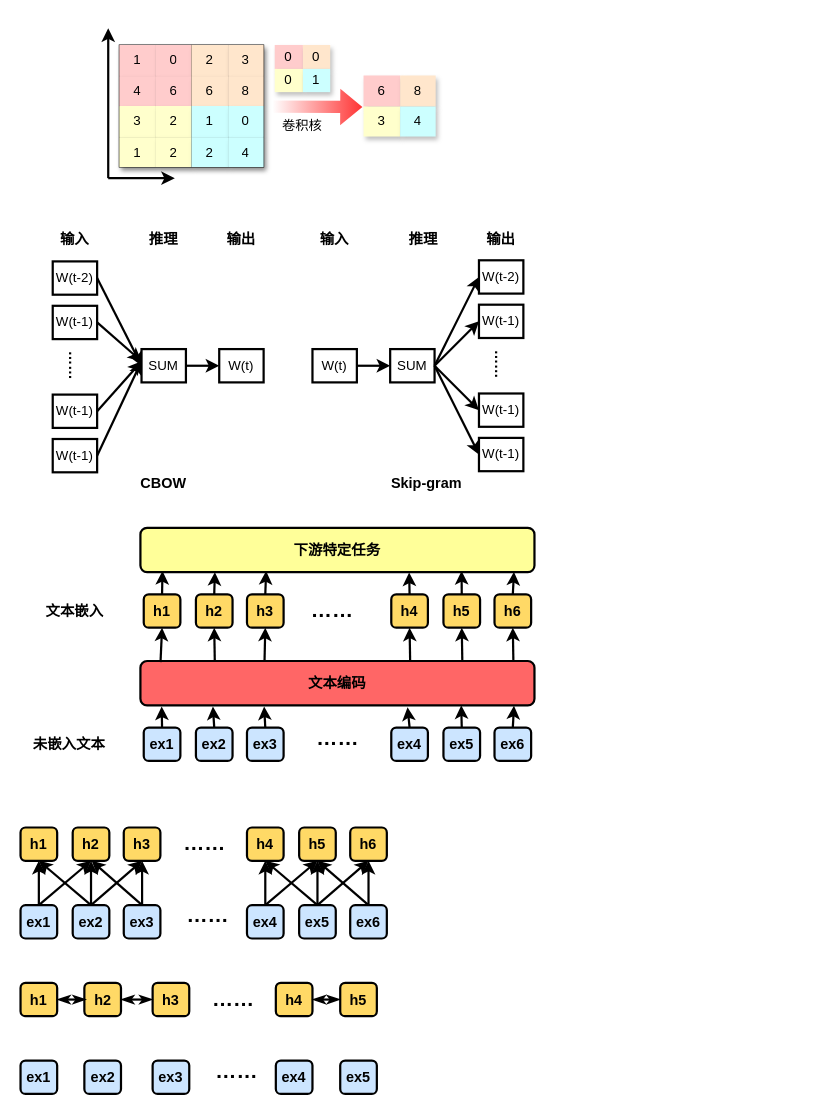
The draw.io diagram pooling.drawio in Noeverer/Mindmap, before the edit. Source tidied: cells renumbered, new cells numbered last; positions are measured from the earlier drawing's top-left corner, leaving out a move shared by most shapes. Both pictures are drawn from the tidied source at 111%, with x=0, y=0 at pixel (20, 28).
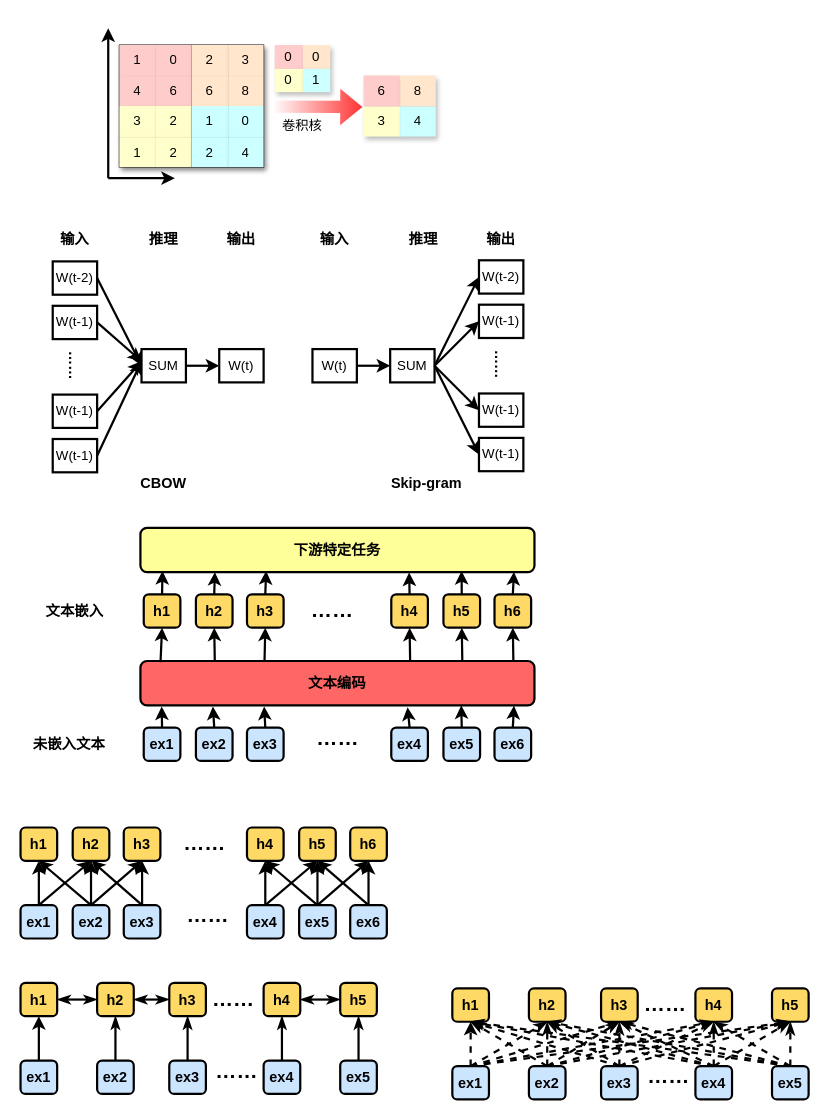
After the change.

The change refers to these unchanged cells:
```xml
<mxCell id="125" value="&lt;font style=&quot;font-size: 13px&quot;&gt;&lt;b&gt;h1&lt;/b&gt;&lt;/font&gt;" style="rounded=1;whiteSpace=wrap;html=1;shadow=0;strokeWidth=2;fillColor=#FFD966;" parent="1" vertex="1">
  <mxGeometry y="860" width="33" height="30" as="geometry" />
</mxCell>
<mxCell id="129" value="&lt;font style=&quot;font-size: 13px&quot;&gt;&lt;b&gt;h5&lt;/b&gt;&lt;/font&gt;" style="rounded=1;whiteSpace=wrap;html=1;shadow=0;strokeWidth=2;fillColor=#FFD966;" parent="1" vertex="1">
  <mxGeometry x="288" y="860" width="33" height="30" as="geometry" />
</mxCell>
<mxCell id="139" value="&lt;span style=&quot;font-size: 13px&quot;&gt;&lt;b&gt;ex1&lt;/b&gt;&lt;/span&gt;" style="rounded=1;whiteSpace=wrap;html=1;shadow=0;strokeWidth=2;fillColor=#CCE5FF;" parent="1" vertex="1">
  <mxGeometry y="930" width="33" height="30" as="geometry" />
</mxCell>
<mxCell id="143" value="&lt;font style=&quot;font-size: 13px&quot;&gt;&lt;b&gt;ex5&lt;/b&gt;&lt;/font&gt;" style="rounded=1;whiteSpace=wrap;html=1;shadow=0;strokeWidth=2;fillColor=#CCE5FF;" parent="1" vertex="1">
  <mxGeometry x="288" y="930" width="33" height="30" as="geometry" />
</mxCell>
```

What changed in the source:
```diff
@@
+    <mxCell id="147" style="edgeStyle=none;rounded=0;jettySize=auto;html=1;startArrow=classicThin;startFill=1;endArrow=classicThin;endFill=1;strokeColor=#000000;strokeWidth=2;fillColor=#ffffff;gradientColor=#FF3333;" parent="1" edge="1" source="126" target="125">
+      <mxGeometry relative="1" as="geometry" />
+    </mxCell>
     <mxCell id="126" value="&lt;font style=&quot;font-size: 13px&quot;&gt;&lt;b&gt;h2&lt;/b&gt;&lt;/font&gt;" style="rounded=1;whiteSpace=wrap;html=1;shadow=0;strokeWidth=2;fillColor=#FFD966;" parent="1" vertex="1">
-      <mxGeometry x="57.5" y="860" width="33" height="30" as="geometry" />
+      <mxGeometry x="69" y="860" width="33" height="30" as="geometry" />
     </mxCell>
     <mxCell id="127" value="&lt;font style=&quot;font-size: 13px&quot;&gt;&lt;b&gt;h3&lt;/b&gt;&lt;/font&gt;" style="rounded=1;whiteSpace=wrap;html=1;shadow=0;strokeWidth=2;fillColor=#FFD966;" parent="1" vertex="1">
-      <mxGeometry x="119" y="860" width="33" height="30" as="geometry" />
+      <mxGeometry x="134" y="860" width="33" height="30" as="geometry" />
     </mxCell>
     <mxCell id="128" value="&lt;font style=&quot;font-size: 13px&quot;&gt;&lt;b&gt;h4&lt;/b&gt;&lt;/font&gt;" style="rounded=1;whiteSpace=wrap;html=1;shadow=0;strokeWidth=2;fillColor=#FFD966;" parent="1" vertex="1">
-      <mxGeometry x="230" y="860" width="33" height="30" as="geometry" />
+      <mxGeometry x="219" y="860" width="33" height="30" as="geometry" />
     </mxCell>
@@
+    <mxCell id="148" style="edgeStyle=none;rounded=0;jettySize=auto;html=1;exitX=0.5;exitY=0;exitDx=0;exitDy=0;entryX=0.5;entryY=1;entryDx=0;entryDy=0;startArrow=none;startFill=0;endArrow=classicThin;endFill=1;strokeColor=#000000;strokeWidth=2;fillColor=#ffffff;gradientColor=#FF3333;" parent="1" edge="1" source="140" target="126">
+      <mxGeometry relative="1" as="geometry" />
+    </mxCell>
     <mxCell id="140" value="&lt;span style=&quot;font-size: 13px&quot;&gt;&lt;b&gt;ex2&lt;/b&gt;&lt;/span&gt;" style="rounded=1;whiteSpace=wrap;html=1;shadow=0;strokeWidth=2;fillColor=#CCE5FF;" parent="1" vertex="1">
-      <mxGeometry x="57.5" y="930" width="33" height="30" as="geometry" />
+      <mxGeometry x="69" y="930" width="33" height="30" as="geometry" />
     </mxCell>
+    <mxCell id="149" style="edgeStyle=none;rounded=0;jettySize=auto;html=1;exitX=0.5;exitY=0;exitDx=0;exitDy=0;entryX=0.5;entryY=1;entryDx=0;entryDy=0;startArrow=none;startFill=0;endArrow=classicThin;endFill=1;strokeColor=#000000;strokeWidth=2;fillColor=#ffffff;gradientColor=#FF3333;" parent="1" edge="1" source="141" target="127">
+      <mxGeometry relative="1" as="geometry" />
+    </mxCell>
     <mxCell id="141" value="&lt;font style=&quot;font-size: 13px&quot;&gt;&lt;b&gt;ex3&lt;/b&gt;&lt;/font&gt;" style="rounded=1;whiteSpace=wrap;html=1;shadow=0;strokeWidth=2;fillColor=#CCE5FF;" parent="1" vertex="1">
-      <mxGeometry x="119" y="930" width="33" height="30" as="geometry" />
+      <mxGeometry x="134" y="930" width="33" height="30" as="geometry" />
     </mxCell>
+    <mxCell id="150" style="edgeStyle=none;rounded=0;jettySize=auto;html=1;exitX=0.5;exitY=0;exitDx=0;exitDy=0;entryX=0.5;entryY=1;entryDx=0;entryDy=0;startArrow=none;startFill=0;endArrow=classicThin;endFill=1;strokeColor=#000000;strokeWidth=2;fillColor=#ffffff;gradientColor=#FF3333;" parent="1" edge="1" source="142" target="128">
+      <mxGeometry relative="1" as="geometry" />
+    </mxCell>
     <mxCell id="142" value="&lt;font style=&quot;font-size: 13px&quot;&gt;&lt;b&gt;ex4&lt;/b&gt;&lt;/font&gt;" style="rounded=1;whiteSpace=wrap;html=1;shadow=0;strokeWidth=2;fillColor=#CCE5FF;" parent="1" vertex="1">
-      <mxGeometry x="230" y="930" width="33" height="30" as="geometry" />
+      <mxGeometry x="219" y="930" width="33" height="30" as="geometry" />
     </mxCell>
+    <mxCell id="151" style="edgeStyle=none;rounded=0;jettySize=auto;html=1;exitX=0.5;exitY=0;exitDx=0;exitDy=0;entryX=0.5;entryY=1;entryDx=0;entryDy=0;startArrow=none;startFill=0;endArrow=classicThin;endFill=1;strokeColor=#000000;strokeWidth=2;fillColor=#ffffff;gradientColor=#FF3333;" parent="1" edge="1" source="143" target="129">
+      <mxGeometry relative="1" as="geometry" />
+    </mxCell>
@@
-    <mxCell id="145" style="endArrow=classicThin;startArrow=classicThin;html=1;strokeColor=#000000;strokeWidth=2;fillColor=#ffffff;gradientColor=#FF3333;exitX=1;exitY=0.5;exitDx=0;exitDy=0;endFill=1;startFill=1;" parent="1" edge="1" source="125">
-      <mxGeometry relative="1" as="geometry">
-        <mxPoint x="59" y="875" as="targetPoint" />
-      </mxGeometry>
-    </mxCell>
@@
+    <mxCell id="152" style="endArrow=classic;html=1;strokeColor=#000000;strokeWidth=2;fillColor=#ffffff;gradientColor=#FF3333;exitX=0.5;exitY=0;exitDx=0;exitDy=0;entryX=0.5;entryY=1;entryDx=0;entryDy=0;" parent="1" edge="1" source="139" target="125">
+      <mxGeometry relative="1" as="geometry" />
+    </mxCell>
+    <mxCell id="153" value="&lt;font style=&quot;font-size: 13px&quot;&gt;&lt;b&gt;h1&lt;/b&gt;&lt;/font&gt;" style="rounded=1;whiteSpace=wrap;html=1;shadow=0;strokeWidth=2;fillColor=#FFD966;" parent="1" vertex="1">
+      <mxGeometry x="389" y="865" width="33" height="30" as="geometry" />
+    </mxCell>
+    <mxCell id="154" value="&lt;font style=&quot;font-size: 13px&quot;&gt;&lt;b&gt;h2&lt;/b&gt;&lt;/font&gt;" style="rounded=1;whiteSpace=wrap;html=1;shadow=0;strokeWidth=2;fillColor=#FFD966;" parent="1" vertex="1">
+      <mxGeometry x="458" y="865" width="33" height="30" as="geometry" />
+    </mxCell>
+    <mxCell id="155" value="&lt;font style=&quot;font-size: 13px&quot;&gt;&lt;b&gt;h3&lt;/b&gt;&lt;/font&gt;" style="rounded=1;whiteSpace=wrap;html=1;shadow=0;strokeWidth=2;fillColor=#FFD966;" parent="1" vertex="1">
+      <mxGeometry x="523" y="865" width="33" height="30" as="geometry" />
+    </mxCell>
+    <mxCell id="156" value="&lt;font style=&quot;font-size: 13px&quot;&gt;&lt;b&gt;h4&lt;/b&gt;&lt;/font&gt;" style="rounded=1;whiteSpace=wrap;html=1;shadow=0;strokeWidth=2;fillColor=#FFD966;" parent="1" vertex="1">
+      <mxGeometry x="608" y="865" width="33" height="30" as="geometry" />
+    </mxCell>
+    <mxCell id="157" value="&lt;font style=&quot;font-size: 13px&quot;&gt;&lt;b&gt;h5&lt;/b&gt;&lt;/font&gt;" style="rounded=1;whiteSpace=wrap;html=1;shadow=0;strokeWidth=2;fillColor=#FFD966;" parent="1" vertex="1">
+      <mxGeometry x="677" y="865" width="33" height="30" as="geometry" />
+    </mxCell>
+    <mxCell id="158" value="&lt;b&gt;&lt;font style=&quot;font-size: 19px&quot;&gt;……&lt;/font&gt;&lt;/b&gt;" style="text;html=1;strokeColor=none;fillColor=none;align=center;verticalAlign=middle;whiteSpace=wrap;rounded=0;shadow=0;" parent="1" vertex="1">
+      <mxGeometry x="556" y="870" width="50" height="20" as="geometry" />
+    </mxCell>
+    <mxCell id="159" style="edgeStyle=none;rounded=0;jettySize=auto;html=1;exitX=0.5;exitY=0;exitDx=0;exitDy=0;entryX=0.5;entryY=1;entryDx=0;entryDy=0;dashed=1;startArrow=none;startFill=0;endArrow=classicThin;endFill=1;strokeColor=#000000;strokeWidth=2;fillColor=#ffffff;gradientColor=#FF3333;" parent="1" edge="1" source="163" target="154">
+      <mxGeometry relative="1" as="geometry" />
+    </mxCell>
+    <mxCell id="160" style="edgeStyle=none;rounded=0;jettySize=auto;html=1;exitX=0.5;exitY=0;exitDx=0;exitDy=0;entryX=0.5;entryY=1;entryDx=0;entryDy=0;dashed=1;startArrow=none;startFill=0;endArrow=classicThin;endFill=1;strokeColor=#000000;strokeWidth=2;fillColor=#ffffff;gradientColor=#FF3333;" parent="1" edge="1" source="163" target="155">
+      <mxGeometry relative="1" as="geometry" />
+    </mxCell>
+    <mxCell id="161" style="edgeStyle=none;rounded=0;jettySize=auto;html=1;exitX=0.5;exitY=0;exitDx=0;exitDy=0;dashed=1;startArrow=none;startFill=0;endArrow=classicThin;endFill=1;strokeColor=#000000;strokeWidth=2;fillColor=#ffffff;gradientColor=#FF3333;entryX=0.5;entryY=1;entryDx=0;entryDy=0;" parent="1" edge="1" source="163" target="156">
+      <mxGeometry relative="1" as="geometry" />
+    </mxCell>
+    <mxCell id="162" style="edgeStyle=none;rounded=0;jettySize=auto;html=1;exitX=0.5;exitY=0;exitDx=0;exitDy=0;entryX=0.5;entryY=1;entryDx=0;entryDy=0;dashed=1;startArrow=none;startFill=0;endArrow=classicThin;endFill=1;strokeColor=#000000;strokeWidth=2;fillColor=#ffffff;gradientColor=#FF3333;" parent="1" edge="1" source="163" target="157">
+      <mxGeometry relative="1" as="geometry" />
+    </mxCell>
+    <mxCell id="163" value="&lt;span style=&quot;font-size: 13px&quot;&gt;&lt;b&gt;ex1&lt;/b&gt;&lt;/span&gt;" style="rounded=1;whiteSpace=wrap;html=1;shadow=0;strokeWidth=2;fillColor=#CCE5FF;" parent="1" vertex="1">
+      <mxGeometry x="389" y="935" width="33" height="30" as="geometry" />
+    </mxCell>
+    <mxCell id="164" style="edgeStyle=none;rounded=0;jettySize=auto;html=1;exitX=0.5;exitY=0;exitDx=0;exitDy=0;entryX=0.5;entryY=1;entryDx=0;entryDy=0;startArrow=none;startFill=0;endArrow=classicThin;endFill=1;strokeColor=#000000;strokeWidth=2;fillColor=#ffffff;gradientColor=#FF3333;dashed=1;" parent="1" edge="1" source="169" target="154">
+      <mxGeometry relative="1" as="geometry" />
+    </mxCell>
+    <mxCell id="165" style="edgeStyle=none;rounded=0;jettySize=auto;html=1;exitX=0.5;exitY=0;exitDx=0;exitDy=0;entryX=0.5;entryY=1;entryDx=0;entryDy=0;dashed=1;startArrow=none;startFill=0;endArrow=classicThin;endFill=1;strokeColor=#000000;strokeWidth=2;fillColor=#ffffff;gradientColor=#FF3333;" parent="1" edge="1" source="169" target="153">
+      <mxGeometry relative="1" as="geometry" />
+    </mxCell>
+    <mxCell id="166" style="edgeStyle=none;rounded=0;jettySize=auto;html=1;exitX=0.5;exitY=0;exitDx=0;exitDy=0;entryX=0.5;entryY=1;entryDx=0;entryDy=0;dashed=1;startArrow=none;startFill=0;endArrow=classicThin;endFill=1;strokeColor=#000000;strokeWidth=2;fillColor=#ffffff;gradientColor=#FF3333;" parent="1" edge="1" source="169" target="155">
+      <mxGeometry relative="1" as="geometry" />
+    </mxCell>
+    <mxCell id="167" style="edgeStyle=none;rounded=0;jettySize=auto;html=1;exitX=0.5;exitY=0;exitDx=0;exitDy=0;entryX=0.5;entryY=1;entryDx=0;entryDy=0;dashed=1;startArrow=none;startFill=0;endArrow=classicThin;endFill=1;strokeColor=#000000;strokeWidth=2;fillColor=#ffffff;gradientColor=#FF3333;" parent="1" edge="1" source="169" target="156">
+      <mxGeometry relative="1" as="geometry" />
+    </mxCell>
+    <mxCell id="168" style="edgeStyle=none;rounded=0;jettySize=auto;html=1;exitX=0.5;exitY=0;exitDx=0;exitDy=0;entryX=0.5;entryY=1;entryDx=0;entryDy=0;dashed=1;startArrow=none;startFill=0;endArrow=classicThin;endFill=1;strokeColor=#000000;strokeWidth=2;fillColor=#ffffff;gradientColor=#FF3333;" parent="1" edge="1" source="169" target="157">
+      <mxGeometry relative="1" as="geometry" />
+    </mxCell>
+    <mxCell id="169" value="&lt;span style=&quot;font-size: 13px&quot;&gt;&lt;b&gt;ex2&lt;/b&gt;&lt;/span&gt;" style="rounded=1;whiteSpace=wrap;html=1;shadow=0;strokeWidth=2;fillColor=#CCE5FF;" parent="1" vertex="1">
+      <mxGeometry x="458" y="935" width="33" height="30" as="geometry" />
+    </mxCell>
+    <mxCell id="170" style="edgeStyle=none;rounded=0;jettySize=auto;html=1;exitX=0.5;exitY=0;exitDx=0;exitDy=0;entryX=0.5;entryY=1;entryDx=0;entryDy=0;startArrow=none;startFill=0;endArrow=classicThin;endFill=1;strokeColor=#000000;strokeWidth=2;fillColor=#ffffff;gradientColor=#FF3333;dashed=1;" parent="1" edge="1" source="175" target="155">
+      <mxGeometry relative="1" as="geometry" />
+    </mxCell>
+    <mxCell id="171" style="edgeStyle=none;rounded=0;jettySize=auto;html=1;exitX=0.5;exitY=0;exitDx=0;exitDy=0;entryX=0.5;entryY=1;entryDx=0;entryDy=0;dashed=1;startArrow=none;startFill=0;endArrow=classicThin;endFill=1;strokeColor=#000000;strokeWidth=2;fillColor=#ffffff;gradientColor=#FF3333;" parent="1" edge="1" source="175" target="153">
+      <mxGeometry relative="1" as="geometry" />
+    </mxCell>
+    <mxCell id="172" style="edgeStyle=none;rounded=0;jettySize=auto;html=1;exitX=0.5;exitY=0;exitDx=0;exitDy=0;entryX=0.5;entryY=1;entryDx=0;entryDy=0;dashed=1;startArrow=none;startFill=0;endArrow=classicThin;endFill=1;strokeColor=#000000;strokeWidth=2;fillColor=#ffffff;gradientColor=#FF3333;" parent="1" edge="1" source="175" target="154">
+      <mxGeometry relative="1" as="geometry" />
+    </mxCell>
+    <mxCell id="173" style="edgeStyle=none;rounded=0;jettySize=auto;html=1;exitX=0.5;exitY=0;exitDx=0;exitDy=0;entryX=0.5;entryY=1;entryDx=0;entryDy=0;dashed=1;startArrow=none;startFill=0;endArrow=classicThin;endFill=1;strokeColor=#000000;strokeWidth=2;fillColor=#ffffff;gradientColor=#FF3333;" parent="1" edge="1" source="175" target="156">
+      <mxGeometry relative="1" as="geometry" />
+    </mxCell>
+    <mxCell id="174" style="edgeStyle=none;rounded=0;jettySize=auto;html=1;exitX=0.5;exitY=0;exitDx=0;exitDy=0;entryX=0.5;entryY=1;entryDx=0;entryDy=0;dashed=1;startArrow=none;startFill=0;endArrow=classicThin;endFill=1;strokeColor=#000000;strokeWidth=2;fillColor=#ffffff;gradientColor=#FF3333;" parent="1" edge="1" source="175" target="157">
+      <mxGeometry relative="1" as="geometry" />
+    </mxCell>
+    <mxCell id="175" value="&lt;font style=&quot;font-size: 13px&quot;&gt;&lt;b&gt;ex3&lt;/b&gt;&lt;/font&gt;" style="rounded=1;whiteSpace=wrap;html=1;shadow=0;strokeWidth=2;fillColor=#CCE5FF;" parent="1" vertex="1">
+      <mxGeometry x="523" y="935" width="33" height="30" as="geometry" />
+    </mxCell>
+    <mxCell id="176" style="edgeStyle=none;rounded=0;jettySize=auto;html=1;exitX=0.5;exitY=0;exitDx=0;exitDy=0;entryX=0.5;entryY=1;entryDx=0;entryDy=0;startArrow=none;startFill=0;endArrow=classicThin;endFill=1;strokeColor=#000000;strokeWidth=2;fillColor=#ffffff;gradientColor=#FF3333;dashed=1;" parent="1" edge="1" source="181" target="156">
+      <mxGeometry relative="1" as="geometry" />
+    </mxCell>
+    <mxCell id="177" style="edgeStyle=none;rounded=0;jettySize=auto;html=1;exitX=0.5;exitY=0;exitDx=0;exitDy=0;entryX=0.5;entryY=1;entryDx=0;entryDy=0;dashed=1;startArrow=none;startFill=0;endArrow=classicThin;endFill=1;strokeColor=#000000;strokeWidth=2;fillColor=#ffffff;gradientColor=#FF3333;" parent="1" edge="1" source="181" target="153">
+      <mxGeometry relative="1" as="geometry" />
+    </mxCell>
+    <mxCell id="178" style="edgeStyle=none;rounded=0;jettySize=auto;html=1;exitX=0.5;exitY=0;exitDx=0;exitDy=0;entryX=0.5;entryY=1;entryDx=0;entryDy=0;dashed=1;startArrow=none;startFill=0;endArrow=classicThin;endFill=1;strokeColor=#000000;strokeWidth=2;fillColor=#ffffff;gradientColor=#FF3333;" parent="1" edge="1" source="181" target="154">
+      <mxGeometry relative="1" as="geometry" />
+    </mxCell>
+    <mxCell id="179" style="edgeStyle=none;rounded=0;jettySize=auto;html=1;exitX=0.5;exitY=0;exitDx=0;exitDy=0;entryX=0.5;entryY=1;entryDx=0;entryDy=0;dashed=1;startArrow=none;startFill=0;endArrow=classicThin;endFill=1;strokeColor=#000000;strokeWidth=2;fillColor=#ffffff;gradientColor=#FF3333;" parent="1" edge="1" source="181" target="155">
+      <mxGeometry relative="1" as="geometry" />
+    </mxCell>
+    <mxCell id="180" style="edgeStyle=none;rounded=0;jettySize=auto;html=1;exitX=0.5;exitY=0;exitDx=0;exitDy=0;entryX=0.5;entryY=1;entryDx=0;entryDy=0;dashed=1;startArrow=none;startFill=0;endArrow=classicThin;endFill=1;strokeColor=#000000;strokeWidth=2;fillColor=#ffffff;gradientColor=#FF3333;" parent="1" edge="1" source="181" target="157">
+      <mxGeometry relative="1" as="geometry" />
+    </mxCell>
+    <mxCell id="181" value="&lt;font style=&quot;font-size: 13px&quot;&gt;&lt;b&gt;ex4&lt;/b&gt;&lt;/font&gt;" style="rounded=1;whiteSpace=wrap;html=1;shadow=0;strokeWidth=2;fillColor=#CCE5FF;" parent="1" vertex="1">
+      <mxGeometry x="608" y="935" width="33" height="30" as="geometry" />
+    </mxCell>
+    <mxCell id="182" style="edgeStyle=none;rounded=0;jettySize=auto;html=1;exitX=0.5;exitY=0;exitDx=0;exitDy=0;entryX=0.5;entryY=1;entryDx=0;entryDy=0;startArrow=none;startFill=0;endArrow=classicThin;endFill=1;strokeColor=#000000;strokeWidth=2;fillColor=#ffffff;gradientColor=#FF3333;dashed=1;" parent="1" edge="1" source="187" target="157">
+      <mxGeometry relative="1" as="geometry" />
+    </mxCell>
+    <mxCell id="183" style="edgeStyle=none;rounded=0;jettySize=auto;html=1;exitX=0.5;exitY=0;exitDx=0;exitDy=0;entryX=0.5;entryY=1;entryDx=0;entryDy=0;dashed=1;startArrow=none;startFill=0;endArrow=classicThin;endFill=1;strokeColor=#000000;strokeWidth=2;fillColor=#ffffff;gradientColor=#FF3333;" parent="1" edge="1" source="187" target="153">
+      <mxGeometry relative="1" as="geometry" />
+    </mxCell>
+    <mxCell id="184" style="edgeStyle=none;rounded=0;jettySize=auto;html=1;exitX=0.5;exitY=0;exitDx=0;exitDy=0;entryX=0.5;entryY=1;entryDx=0;entryDy=0;dashed=1;startArrow=none;startFill=0;endArrow=classicThin;endFill=1;strokeColor=#000000;strokeWidth=2;fillColor=#ffffff;gradientColor=#FF3333;" parent="1" edge="1" source="187" target="154">
+      <mxGeometry relative="1" as="geometry" />
+    </mxCell>
+    <mxCell id="185" style="edgeStyle=none;rounded=0;jettySize=auto;html=1;exitX=0.5;exitY=0;exitDx=0;exitDy=0;entryX=0.5;entryY=1;entryDx=0;entryDy=0;dashed=1;startArrow=none;startFill=0;endArrow=classicThin;endFill=1;strokeColor=#000000;strokeWidth=2;fillColor=#ffffff;gradientColor=#FF3333;" parent="1" edge="1" source="187" target="155">
+      <mxGeometry relative="1" as="geometry" />
+    </mxCell>
+    <mxCell id="186" style="edgeStyle=none;rounded=0;jettySize=auto;html=1;exitX=0.5;exitY=0;exitDx=0;exitDy=0;entryX=0.5;entryY=1;entryDx=0;entryDy=0;dashed=1;startArrow=none;startFill=0;endArrow=classicThin;endFill=1;strokeColor=#000000;strokeWidth=2;fillColor=#ffffff;gradientColor=#FF3333;" parent="1" edge="1" source="187" target="156">
+      <mxGeometry relative="1" as="geometry" />
+    </mxCell>
+    <mxCell id="187" value="&lt;font style=&quot;font-size: 13px&quot;&gt;&lt;b&gt;ex5&lt;/b&gt;&lt;/font&gt;" style="rounded=1;whiteSpace=wrap;html=1;shadow=0;strokeWidth=2;fillColor=#CCE5FF;" parent="1" vertex="1">
+      <mxGeometry x="677" y="935" width="33" height="30" as="geometry" />
+    </mxCell>
+    <mxCell id="188" value="&lt;b&gt;&lt;font style=&quot;font-size: 19px&quot;&gt;……&lt;/font&gt;&lt;/b&gt;" style="text;html=1;strokeColor=none;fillColor=none;align=center;verticalAlign=middle;whiteSpace=wrap;rounded=0;shadow=0;" parent="1" vertex="1">
+      <mxGeometry x="559" y="935" width="50" height="20" as="geometry" />
+    </mxCell>
+    <mxCell id="189" style="endArrow=classic;html=1;strokeColor=#000000;strokeWidth=2;fillColor=#ffffff;gradientColor=#FF3333;exitX=0.5;exitY=0;exitDx=0;exitDy=0;entryX=0.5;entryY=1;entryDx=0;entryDy=0;dashed=1;" parent="1" edge="1" source="163" target="153">
+      <mxGeometry relative="1" as="geometry" />
+    </mxCell>
```
